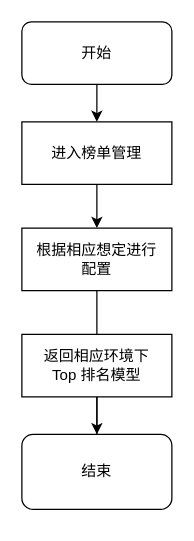
Above: draw/Copy of Copy of Copy of Untitled Diagram.drawio in goatbjh/draw.io.repos (draw.io), before the change. Source tidied: cells renumbered, new cells numbered last; positions are measured from the earlier drawing's top-left corner, leaving out a move shared by most shapes. Both pictures are drawn from the tidied source at 125%, with x=0, y=0 at pixel (21, 21).
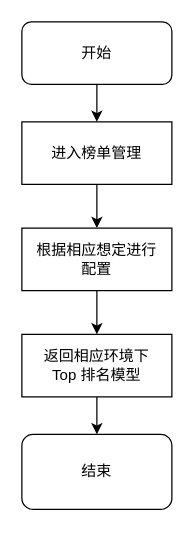
The same diagram, later.

The edit, as a diff of the source:
```diff
@@
 <mxGraphModel>
   <root>
     <mxCell id="0" />
     <mxCell id="1" parent="0" />
     <mxCell id="2" style="edgeStyle=orthogonalEdgeStyle;rounded=0;jettySize=auto;html=1;exitX=0.5;exitY=1;exitDx=0;exitDy=0;entryX=0.5;entryY=0;entryDx=0;entryDy=0;" parent="1" edge="1" source="3" target="5">
       <mxGeometry relative="1" as="geometry" />
     </mxCell>
     <mxCell id="3" value="开始" style="rounded=1;whiteSpace=wrap;html=1;" parent="1" vertex="1">
       <mxGeometry width="120" height="50" as="geometry" />
     </mxCell>
     <mxCell id="4" style="edgeStyle=orthogonalEdgeStyle;rounded=0;jettySize=auto;html=1;exitX=0.5;exitY=1;exitDx=0;exitDy=0;entryX=0.5;entryY=0;entryDx=0;entryDy=0;" parent="1" edge="1" source="5" target="7">
       <mxGeometry relative="1" as="geometry" />
     </mxCell>
     <mxCell id="5" value="进入榜单管理" style="rounded=0;whiteSpace=wrap;html=1;" parent="1" vertex="1">
       <mxGeometry y="80" width="120" height="50" as="geometry" />
     </mxCell>
-    <mxCell id="6" style="edgeStyle=orthogonalEdgeStyle;rounded=0;jettySize=auto;html=1;exitX=0.5;exitY=1;exitDx=0;exitDy=0;" parent="1" edge="1" source="7">
-      <mxGeometry relative="1" as="geometry">
-        <mxPoint x="60" y="350" as="targetPoint" />
-      </mxGeometry>
-    </mxCell>
+    <mxCell id="12" style="edgeStyle=orthogonalEdgeStyle;rounded=0;jettySize=auto;html=1;exitX=0.5;exitY=1;exitDx=0;exitDy=0;entryX=0.5;entryY=0;entryDx=0;entryDy=0;" parent="1" edge="1" source="7" target="9">
+      <mxGeometry relative="1" as="geometry" />
+    </mxCell>
     <mxCell id="7" value="根据相应想定进行&lt;br&gt;配置" style="rounded=0;whiteSpace=wrap;html=1;" parent="1" vertex="1">
       <mxGeometry y="165" width="120" height="50" as="geometry" />
     </mxCell>
     <mxCell id="8" style="edgeStyle=orthogonalEdgeStyle;rounded=0;jettySize=auto;html=1;exitX=0.5;exitY=1;exitDx=0;exitDy=0;entryX=0.5;entryY=0;entryDx=0;entryDy=0;" parent="1" edge="1" source="9" target="10">
       <mxGeometry relative="1" as="geometry" />
     </mxCell>
     <mxCell id="9" value="返回相应环境下&lt;br&gt;Top 排名模型" style="rounded=0;whiteSpace=wrap;html=1;" parent="1" vertex="1">
       <mxGeometry y="250" width="120" height="50" as="geometry" />
     </mxCell>
     <mxCell id="10" value="结束" style="rounded=1;whiteSpace=wrap;html=1;" parent="1" vertex="1">
       <mxGeometry y="330" width="120" height="60" as="geometry" />
     </mxCell>
     <mxCell id="11" style="edgeStyle=orthogonalEdgeStyle;rounded=0;orthogonalLoop=1;jettySize=auto;html=1;exitX=0.5;exitY=1;exitDx=0;exitDy=0;" parent="1" edge="1" source="10" target="10">
       <mxGeometry relative="1" as="geometry" />
     </mxCell>
   </root>
 </mxGraphModel>
```
